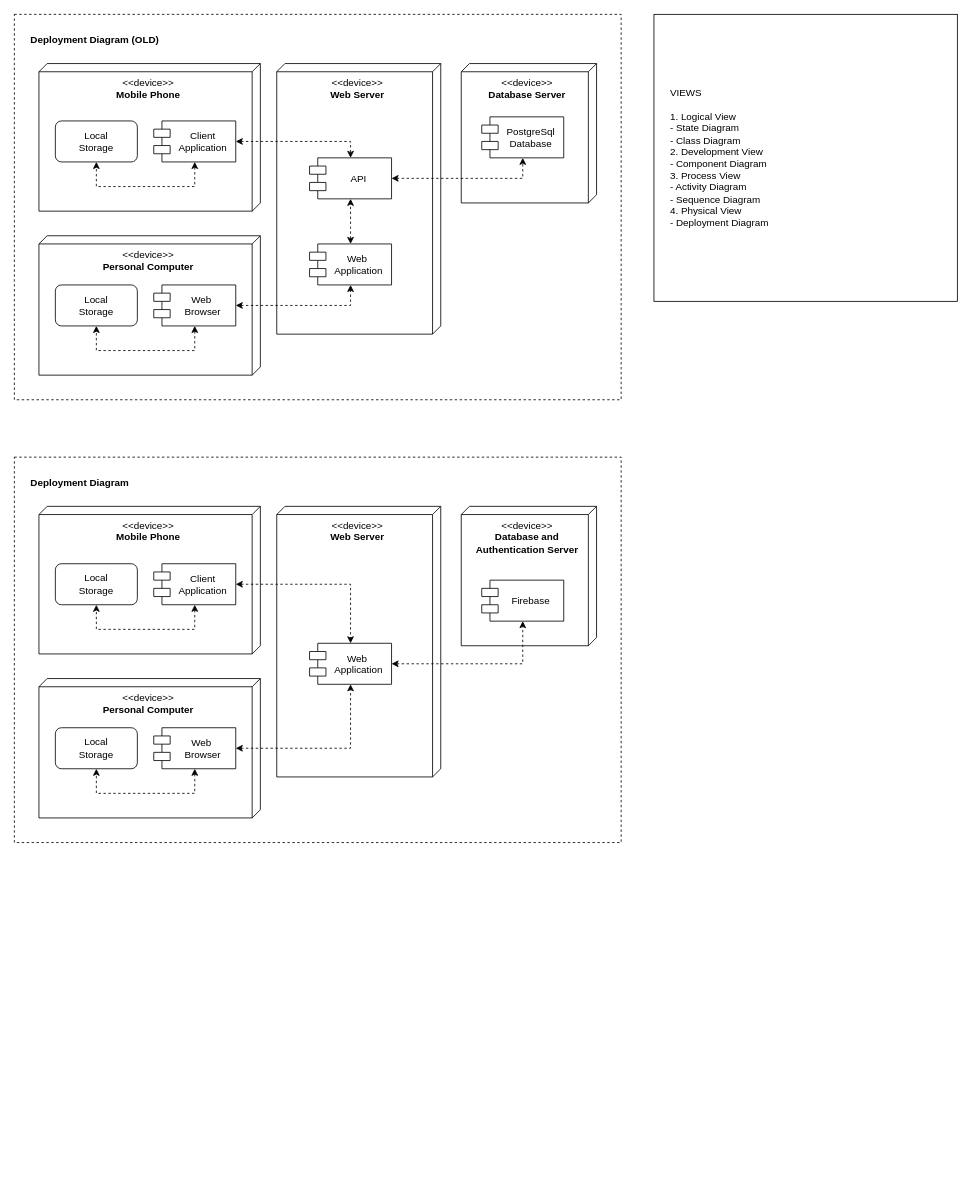
gltch/wits-overflow keeps this draw.io diagram as assets/diagrams/Architecture Views.drawio. Above is the earlier version. Source tidied: cells renumbered, new cells numbered last; positions are measured from the earlier drawing's top-left corner, leaving out a move shared by most shapes. Both pictures are drawn from the tidied source at 82%, with x=0, y=0 at pixel (14, 14).
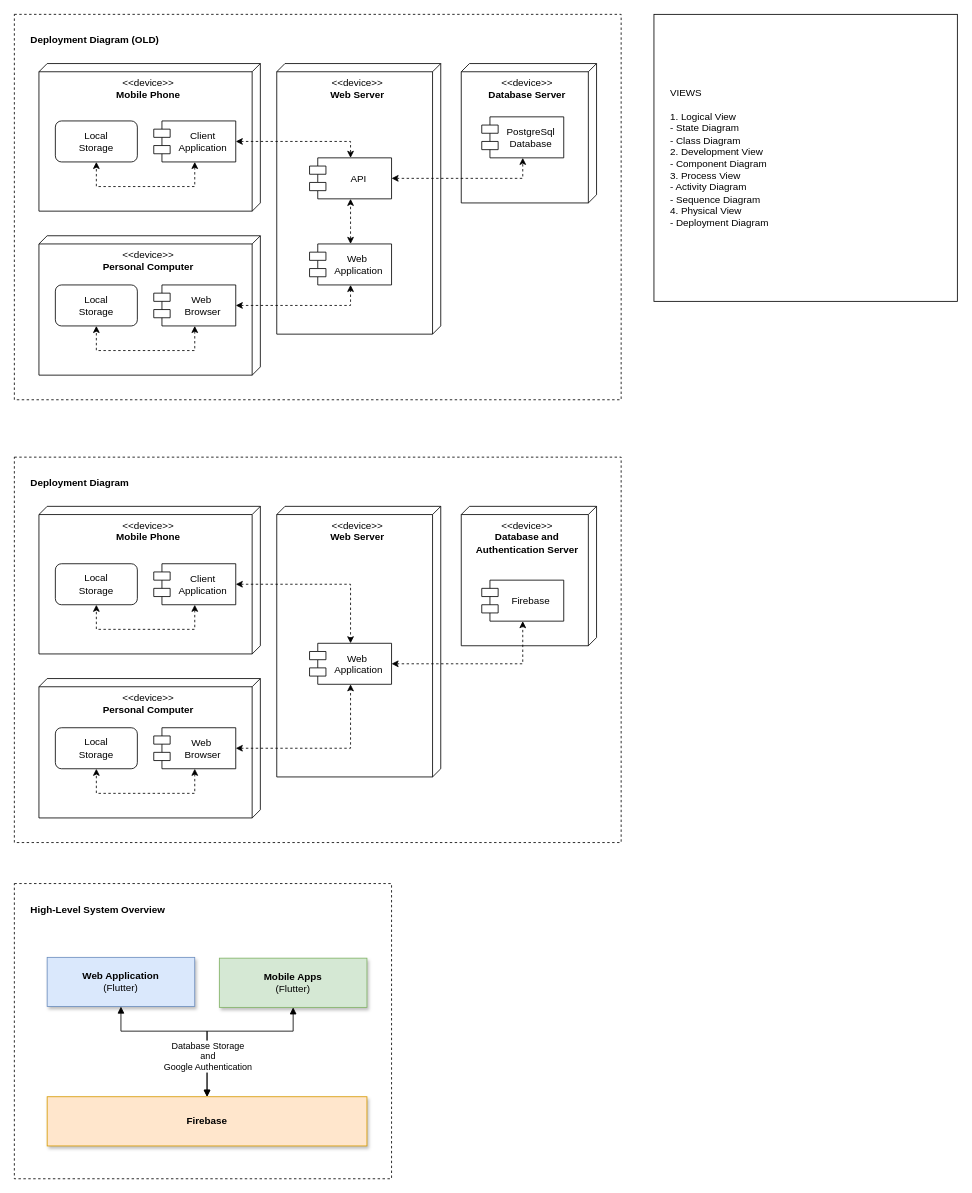
The same page after the edit.

Change to the diagram source:
```diff
@@
+    <mxCell id="41" value="High-Level System Overview" style="rounded=0;whiteSpace=wrap;html=1;dashed=1;spacing=20;verticalAlign=top;align=left;fontStyle=1;" parent="1" vertex="1">
+      <mxGeometry y="1060" width="460" height="360" as="geometry" />
+    </mxCell>
+    <mxCell id="42" style="edgeStyle=orthogonalEdgeStyle;rounded=0;jettySize=auto;html=1;exitX=0.5;exitY=1;exitDx=0;exitDy=0;entryX=0.5;entryY=0;entryDx=0;entryDy=0;startArrow=block;startFill=1;endArrow=block;endFill=1;" parent="1" edge="1" source="43" target="47">
+      <mxGeometry relative="1" as="geometry">
+        <Array as="points">
+          <mxPoint x="130" y="1240" />
+          <mxPoint x="235" y="1240" />
+        </Array>
+      </mxGeometry>
+    </mxCell>
+    <mxCell id="43" value="&lt;b&gt;Web Application&lt;/b&gt;&lt;br&gt;(Flutter)" style="rounded=0;whiteSpace=wrap;html=1;align=center;shadow=1;fillColor=#dae8fc;strokeColor=#6c8ebf;" parent="1" vertex="1">
+      <mxGeometry x="40" y="1150" width="180" height="60" as="geometry" />
+    </mxCell>
+    <mxCell id="44" style="edgeStyle=orthogonalEdgeStyle;rounded=0;jettySize=auto;html=1;exitX=0.5;exitY=1;exitDx=0;exitDy=0;entryX=0.5;entryY=0;entryDx=0;entryDy=0;endArrow=block;endFill=1;startArrow=block;startFill=1;" parent="1" edge="1" source="46" target="47">
+      <mxGeometry relative="1" as="geometry">
+        <Array as="points">
+          <mxPoint x="340" y="1240" />
+          <mxPoint x="235" y="1240" />
+        </Array>
+      </mxGeometry>
+    </mxCell>
+    <mxCell id="45" value="Database Storage&lt;br&gt;and&lt;br&gt;Google Authentication" style="edgeLabel;html=1;align=center;verticalAlign=middle;" parent="44" vertex="1">
+      <mxGeometry x="0.38" y="1" relative="1" as="geometry">
+        <mxPoint x="-1" y="16" as="offset" />
+      </mxGeometry>
+    </mxCell>
+    <mxCell id="46" value="&lt;b&gt;Mobile Apps&lt;/b&gt;&lt;br&gt;(Flutter)" style="rounded=0;whiteSpace=wrap;html=1;align=center;shadow=1;fillColor=#d5e8d4;strokeColor=#82b366;" parent="1" vertex="1">
+      <mxGeometry x="250" y="1151" width="180" height="60" as="geometry" />
+    </mxCell>
+    <mxCell id="47" value="&lt;b&gt;Firebase&lt;/b&gt;" style="rounded=0;whiteSpace=wrap;html=1;align=center;shadow=1;fillColor=#ffe6cc;strokeColor=#d79b00;" parent="1" vertex="1">
+      <mxGeometry x="40" y="1320" width="390" height="60" as="geometry" />
+    </mxCell>
```
